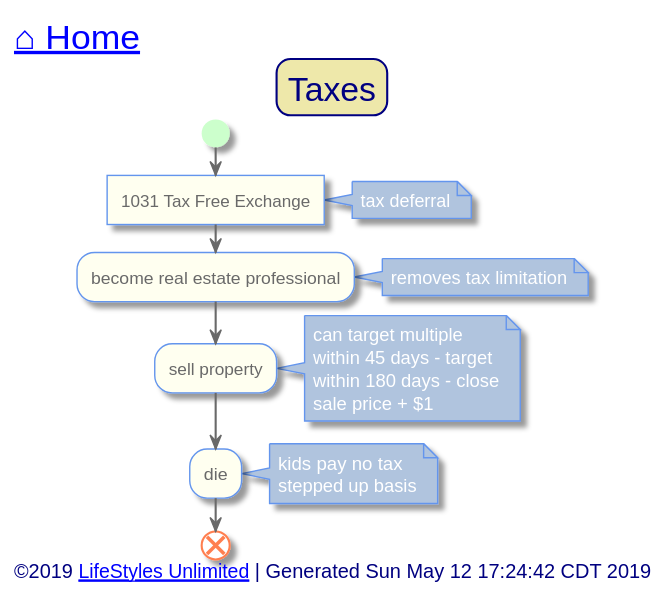
Earlier version of the PlantUML export out/src/unlimited-lifestyle/taxes.svg (toddmo/lifestylesunlimited).
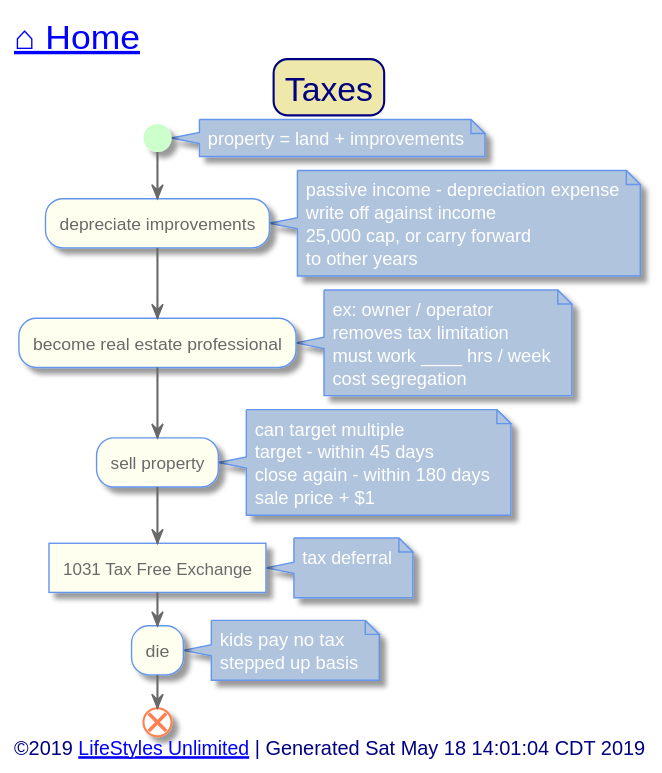
After the commit.

The edit, as a diff of the source:
```diff
@@ -83,22 +83,38 @@
 
 	start
 
-	:1031 Tax Free Exchange]
 	note right
-		tax deferral
+		property = land + improvements
+	end note
+
+	:depreciate improvements;
+	note right
+		passive income - depreciation expense
+		write off against income
+		25,000 cap, or carry forward
+		to other years
 	end note
 
 	:become real estate professional;
 	note right
+		ex: owner / operator
 		removes tax limitation
+		must work ____ hrs / week
+		cost segregation
 	end note
 
 	:sell property;
 	note right
 		can target multiple
-		within 45 days - target
-		within 180 days - close
+		target - within 45 days
+		close again - within 180 days
 		sale price + $1
+	end note
+
+	:1031 Tax Free Exchange]
+	note right
+		tax deferral
+
 	end note
 
 	:die;
@@ -110,7 +126,7 @@
 
 
 left footer
-	<font size=14>©2019 [[http://www.lifestylesunlimited.com LifeStyles Unlimited]] | Generated Sun May 12 17:24:42 CDT 2019</font>
+	<font size=14>©2019 [[http://www.lifestylesunlimited.com LifeStyles Unlimited]] | Generated Sat May 18 14:01:04 CDT 2019</font>
 endfooter
 
 
```
